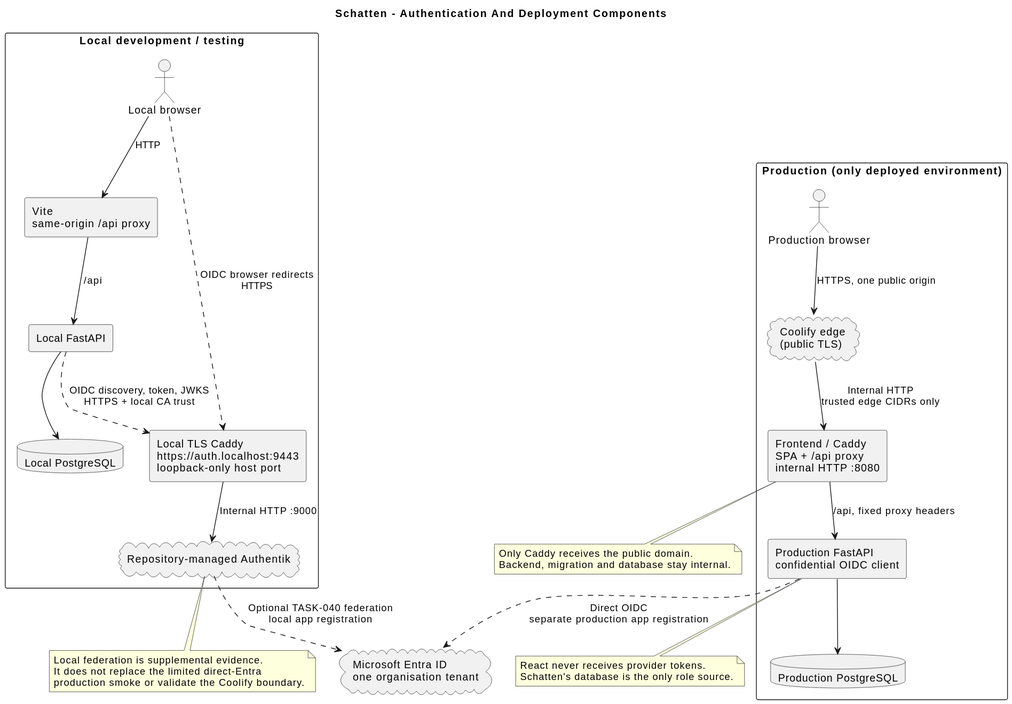
Above: docs/diagrams/generated/component-authentication-topology.svg in lupaus-eu/shadow (PlantUML), before the change.
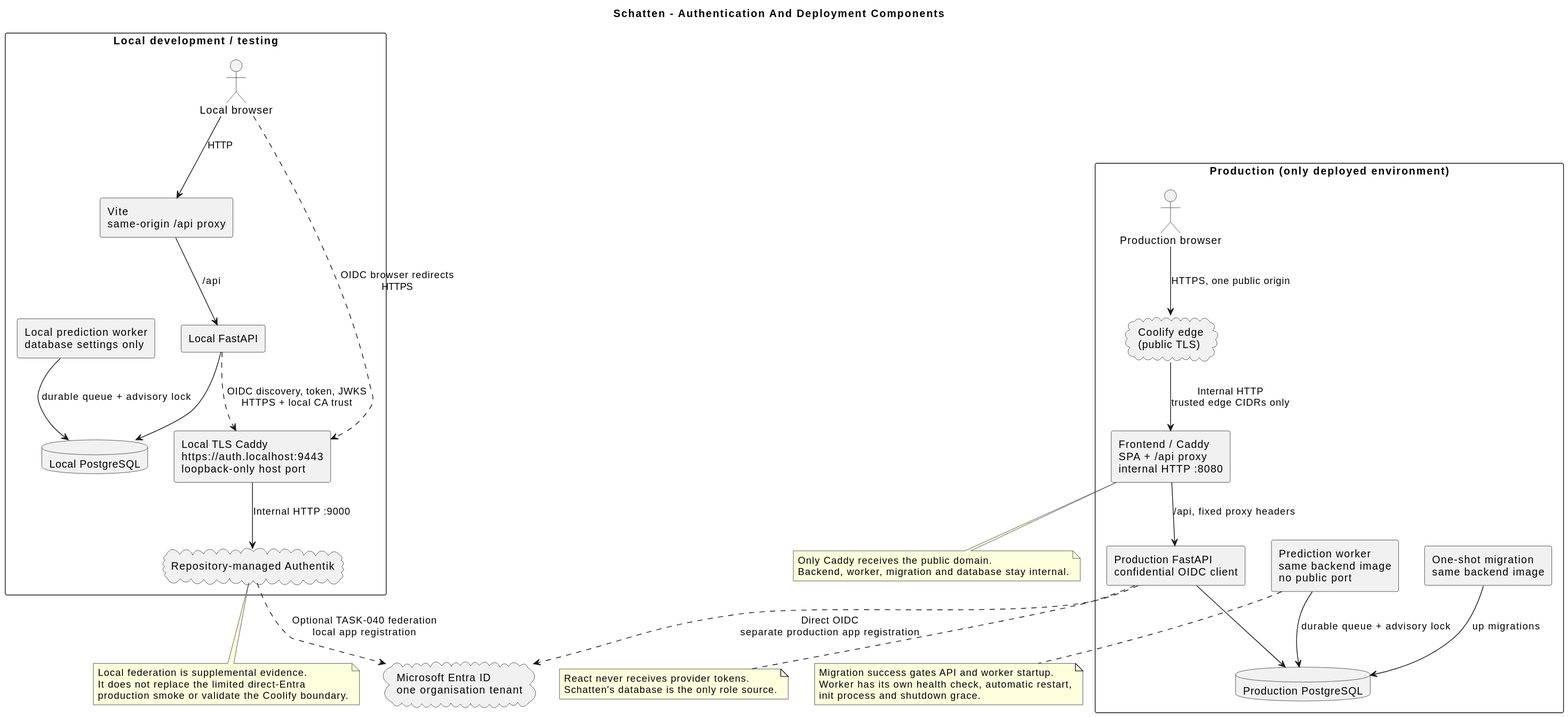
After the change.

The edit, as a diff of the source:
```diff
@@ -10,6 +10,7 @@
   actor "Local browser" as local_browser
   component "Vite\nsame-origin /api proxy" as vite
   component "Local FastAPI" as local_api
+  component "Local prediction worker\ndatabase settings only" as local_worker
   database "Local PostgreSQL" as local_db
   component "Local TLS Caddy\nhttps://auth.localhost:9443\nloopback-only host port" as local_tls
   cloud "Repository-managed Authentik" as authentik
@@ -17,6 +18,7 @@
   local_browser --> vite : HTTP
   vite --> local_api : /api
   local_api --> local_db
+  local_worker --> local_db : durable queue + advisory lock
   local_browser ..> local_tls : OIDC browser redirects\nHTTPS
   local_api ..> local_tls : OIDC discovery, token, JWKS\nHTTPS + local CA trust
   local_tls --> authentik : Internal HTTP :9000
@@ -27,12 +29,16 @@
   cloud "Coolify edge\n(public TLS)" as edge
   component "Frontend / Caddy\nSPA + /api proxy\ninternal HTTP :8080" as caddy
   component "Production FastAPI\nconfidential OIDC client" as prod_api
+  component "Prediction worker\nsame backend image\nno public port" as prod_worker
+  component "One-shot migration\nsame backend image" as migration
   database "Production PostgreSQL" as prod_db
 
   prod_browser --> edge : HTTPS, one public origin
   edge --> caddy : Internal HTTP\ntrusted edge CIDRs only
   caddy --> prod_api : /api, fixed proxy headers
   prod_api --> prod_db
+  prod_worker --> prod_db : durable queue + advisory lock
+  migration --> prod_db : up migrations
 }
 
 authentik ..> entra : Optional TASK-040 federation\nlocal app registration
@@ -46,7 +52,13 @@
 
 note bottom of caddy
   Only Caddy receives the public domain.
-  Backend, migration and database stay internal.
+  Backend, worker, migration and database stay internal.
+end note
+
+note bottom of prod_worker
+  Migration success gates API and worker startup.
+  Worker has its own health check, automatic restart,
+  init process and shutdown grace.
 end note
 
 note bottom of prod_api
```
